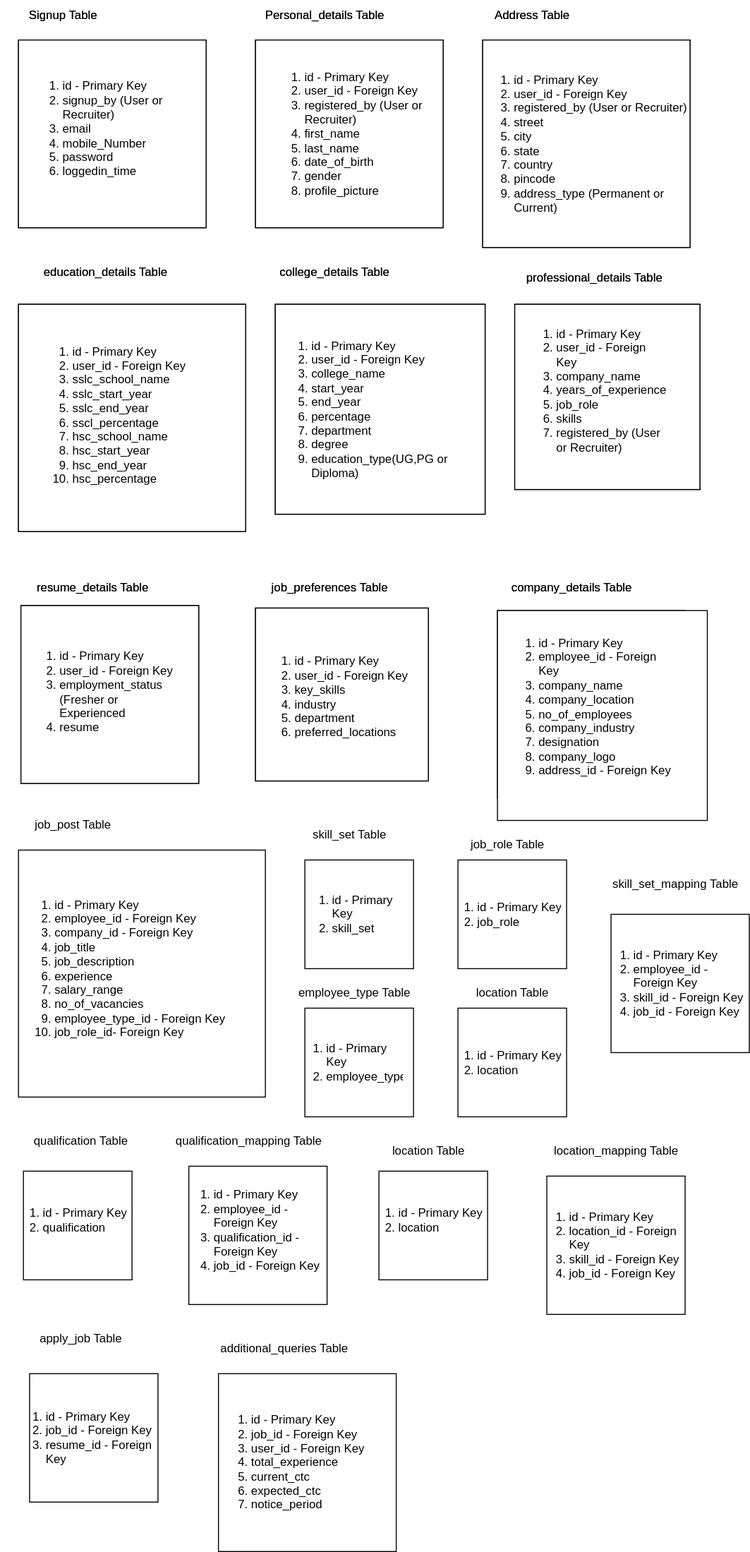
JobPortal006/backend keeps this draw.io diagram as fieldmaping.drawio.svg. Above is the earlier version. Source tidied: cells renumbered, new cells last; positions are measured from the earlier drawing's top-left corner, leaving out a move shared by most shapes.
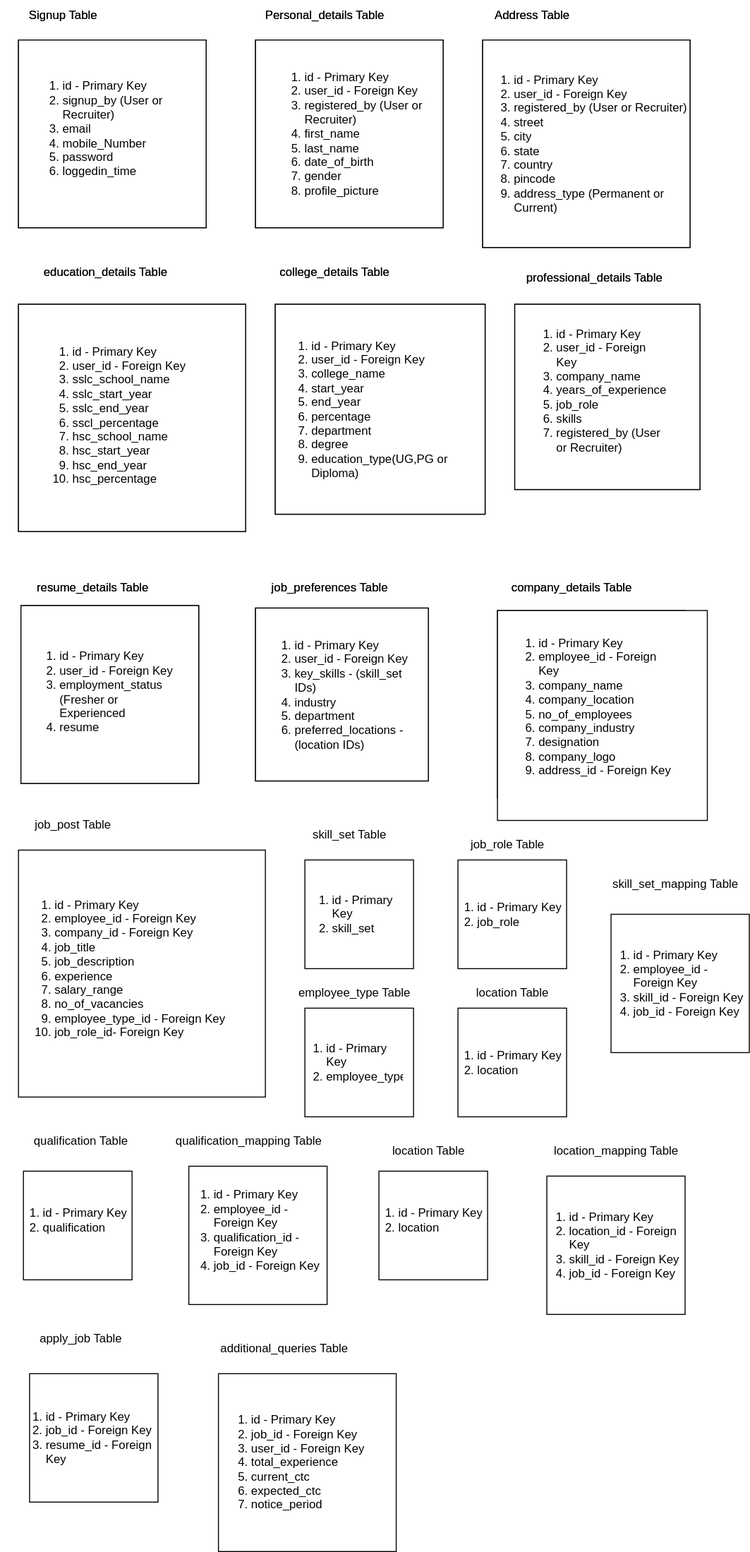
Above is the later version.

Diff of the diagram source:
```diff
@@ -152,8 +152,8 @@
     <mxCell id="51" style="whiteSpace=wrap;html=1;" parent="1" vertex="1">
       <mxGeometry x="258" y="615" width="175" height="175" as="geometry" />
     </mxCell>
-    <mxCell id="52" value="&lt;ol&gt;&lt;li&gt;id - Primary Key&lt;/li&gt;&lt;li&gt;user_id - Foreign Key&lt;/li&gt;&lt;li&gt;key_skills&lt;/li&gt;&lt;li&gt;industry&lt;/li&gt;&lt;li&gt;department&lt;/li&gt;&lt;li&gt;preferred_locations&lt;/li&gt;&lt;/ol&gt;" style="text;strokeColor=none;fillColor=none;html=1;whiteSpace=wrap;verticalAlign=middle;overflow=hidden;" parent="1" vertex="1">
-      <mxGeometry x="255.5" y="625" width="172.5" height="160" as="geometry" />
+    <mxCell id="52" value="&lt;ol&gt;&lt;li&gt;id - Primary Key&lt;/li&gt;&lt;li&gt;user_id - Foreign Key&lt;/li&gt;&lt;li&gt;key_skills - (skill_set IDs)&lt;/li&gt;&lt;li&gt;industry&lt;/li&gt;&lt;li&gt;department&lt;/li&gt;&lt;li&gt;preferred_locations - (location IDs)&lt;/li&gt;&lt;/ol&gt;" style="text;strokeColor=none;fillColor=none;html=1;whiteSpace=wrap;verticalAlign=middle;overflow=hidden;" parent="1" vertex="1">
+      <mxGeometry x="255.5" y="615" width="172.5" height="175" as="geometry" />
     </mxCell>
     <mxCell id="53" value="college_details Table" style="text;html=1;align=center;verticalAlign=middle;strokeColor=none;fillColor=none;" parent="1" vertex="1">
       <mxGeometry x="273" y="260" width="130" height="30" as="geometry" />
```
